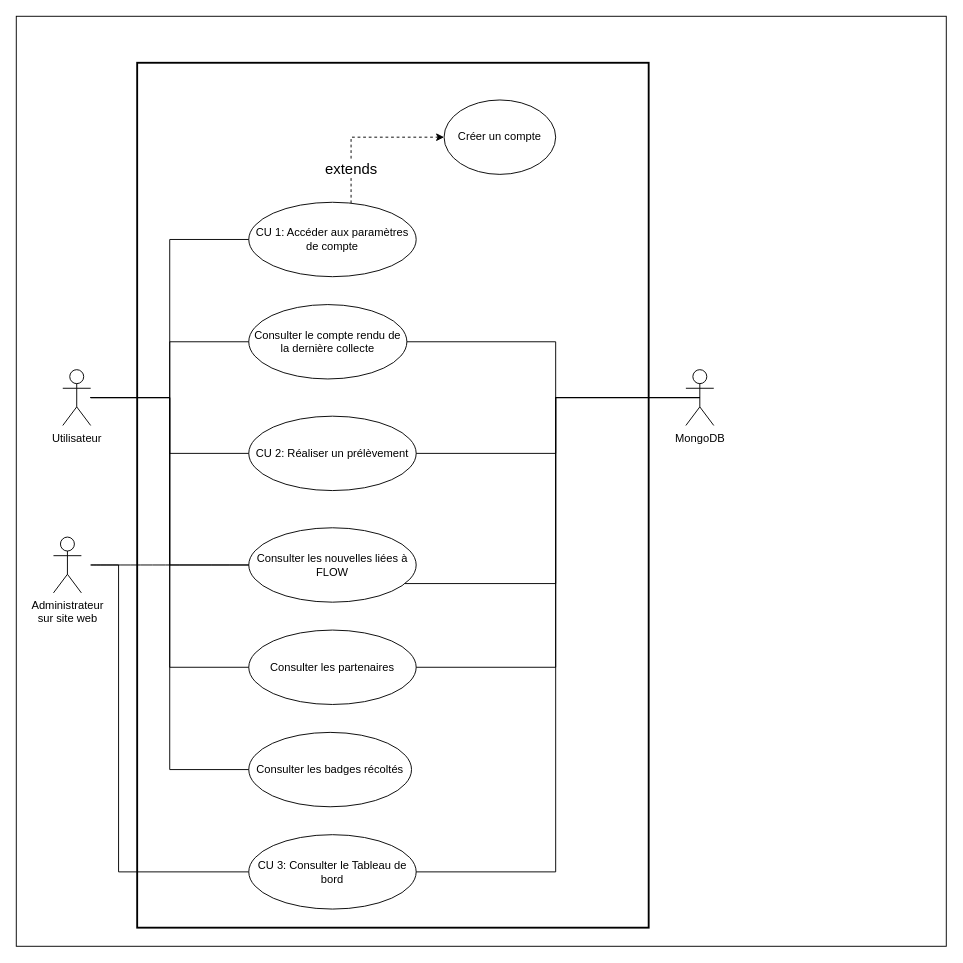
Earlier version of the draw.io diagram 3.1_Page_principal.drawio (MurielleMardenli200/projet4_architecture). Source tidied: cells renumbered, new cells numbered last; positions are measured from the earlier drawing's top-left corner, leaving out a move shared by most shapes. Both pictures are drawn from the tidied source at 93%, with x=0, y=0 at pixel (16, 16).
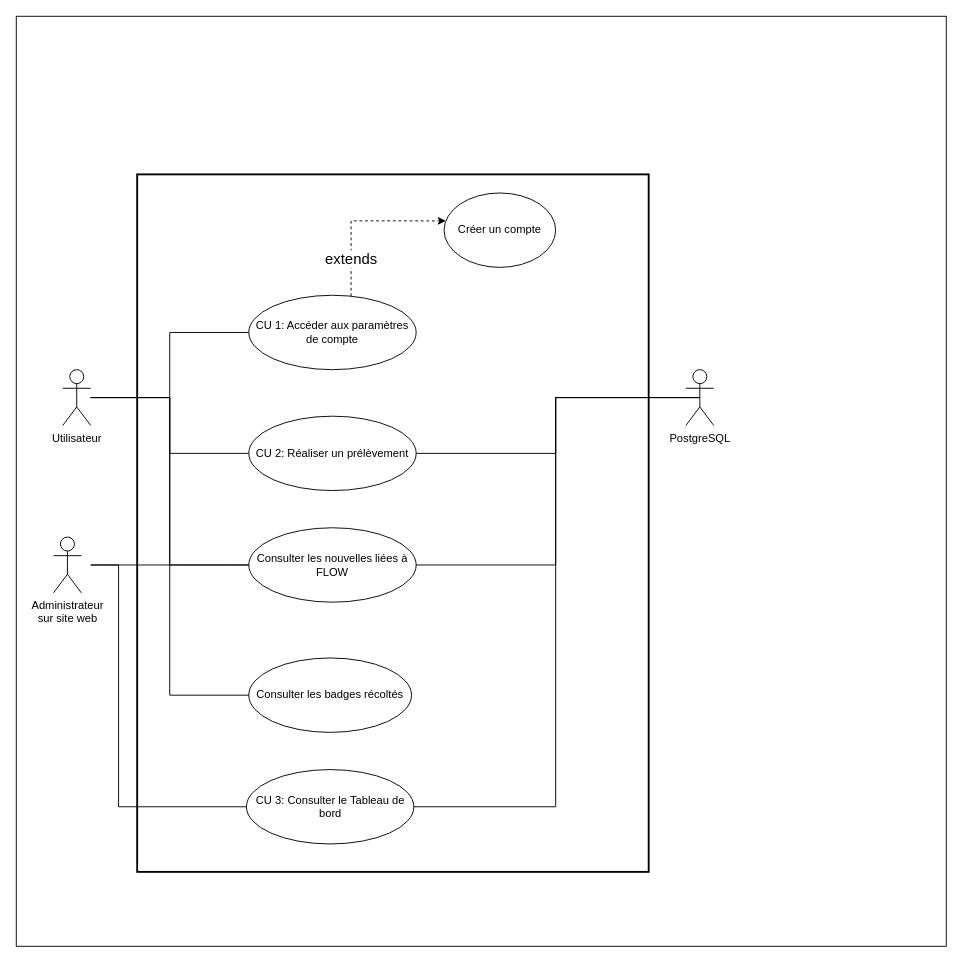
Above is the later version.

Commit message:
Removed old funcs

Unchanged cells that the change refers to:
```xml
<mxCell id="3" value="Utilisateur" style="shape=umlActor;verticalLabelPosition=bottom;verticalAlign=top;html=1;outlineConnect=0;" parent="1" vertex="1">
  <mxGeometry x="50" y="380" width="30" height="60" as="geometry" />
</mxCell>
<mxCell id="11" value="Consulter les nouvelles liées à FLOW" style="ellipse;whiteSpace=wrap;html=1;" parent="1" vertex="1">
  <mxGeometry x="250" y="550" width="180" height="80" as="geometry" />
</mxCell>
```

The edit, as a diff of the source:
```diff
@@
     <mxCell id="4" style="rounded=0;whiteSpace=wrap;html=1;strokeWidth=2;" parent="1" vertex="1">
-      <mxGeometry x="130" y="50" width="550" height="930" as="geometry" />
+      <mxGeometry x="130" y="170" width="550" height="750" as="geometry" />
     </mxCell>
-    <mxCell id="5" value="MongoDB" style="shape=umlActor;verticalLabelPosition=bottom;verticalAlign=top;html=1;outlineConnect=0;" parent="1" vertex="1">
+    <mxCell id="5" value="PostgreSQL" style="shape=umlActor;verticalLabelPosition=bottom;verticalAlign=top;html=1;outlineConnect=0;" parent="1" vertex="1">
       <mxGeometry x="720" y="380" width="30" height="60" as="geometry" />
     </mxCell>
     <mxCell id="6" style="edgeStyle=orthogonalEdgeStyle;rounded=0;jettySize=auto;html=1;dashed=1;" parent="1" edge="1" source="8" target="12">
       <mxGeometry relative="1" as="geometry">
         <Array as="points">
-          <mxPoint x="360" y="130" />
+          <mxPoint x="360" y="220" />
         </Array>
       </mxGeometry>
     </mxCell>
@@
     <mxCell id="8" value="CU 1: Accéder aux paramètres de compte" style="ellipse;whiteSpace=wrap;html=1;" parent="1" vertex="1">
-      <mxGeometry x="250" y="200" width="180" height="80" as="geometry" />
+      <mxGeometry x="250" y="300" width="180" height="80" as="geometry" />
     </mxCell>
-    <mxCell id="9" value="Consulter le compte rendu de la dernière collecte" style="ellipse;whiteSpace=wrap;html=1;" parent="1" vertex="1">
-      <mxGeometry x="250" y="310" width="170" height="80" as="geometry" />
-    </mxCell>
@@
     <mxCell id="12" value="Créer un compte" style="ellipse;whiteSpace=wrap;html=1;" parent="1" vertex="1">
-      <mxGeometry x="460" y="90" width="120" height="80" as="geometry" />
+      <mxGeometry x="460" y="190" width="120" height="80" as="geometry" />
     </mxCell>
@@
-    <mxCell id="14" style="edgeStyle=orthogonalEdgeStyle;rounded=0;jettySize=auto;html=1;endArrow=none;startFill=0;" parent="1" edge="1" source="3" target="9">
-      <mxGeometry relative="1" as="geometry" />
-    </mxCell>
@@
-    <mxCell id="17" style="edgeStyle=orthogonalEdgeStyle;rounded=0;jettySize=auto;html=1;entryX=0.5;entryY=0.5;entryDx=0;entryDy=0;entryPerimeter=0;endArrow=none;startFill=0;" parent="1" edge="1" source="9" target="5">
-      <mxGeometry relative="1" as="geometry">
-        <Array as="points">
-          <mxPoint x="580" y="350" />
-          <mxPoint x="580" y="410" />
-        </Array>
-      </mxGeometry>
-    </mxCell>
@@
-    <mxCell id="19" style="edgeStyle=orthogonalEdgeStyle;rounded=0;jettySize=auto;html=1;entryX=0.5;entryY=0.5;entryDx=0;entryDy=0;entryPerimeter=0;endArrow=none;startFill=0;" parent="1" edge="1" source="11" target="5">
+    <mxCell id="19" style="edgeStyle=orthogonalEdgeStyle;rounded=0;jettySize=auto;html=1;entryX=0.5;entryY=0.5;entryDx=0;entryDy=0;entryPerimeter=0;endArrow=none;startFill=0;exitX=1;exitY=0.5;exitDx=0;exitDy=0;" parent="1" edge="1" source="11" target="5">
       <mxGeometry relative="1" as="geometry">
         <Array as="points">
-          <mxPoint x="580" y="610" />
+          <mxPoint x="580" y="590" />
           <mxPoint x="580" y="410" />
         </Array>
       </mxGeometry>
     </mxCell>
-    <mxCell id="20" value="Consulter les partenaires" style="ellipse;whiteSpace=wrap;html=1;" parent="1" vertex="1">
-      <mxGeometry x="250" y="660" width="180" height="80" as="geometry" />
-    </mxCell>
-    <mxCell id="21" style="edgeStyle=orthogonalEdgeStyle;rounded=0;jettySize=auto;html=1;entryX=0;entryY=0.5;entryDx=0;entryDy=0;endArrow=none;startFill=0;" parent="1" edge="1" source="3" target="20">
-      <mxGeometry relative="1" as="geometry" />
-    </mxCell>
-    <mxCell id="22" style="edgeStyle=orthogonalEdgeStyle;rounded=0;jettySize=auto;html=1;entryX=0.5;entryY=0.5;entryDx=0;entryDy=0;entryPerimeter=0;endArrow=none;startFill=0;exitX=1;exitY=0.5;exitDx=0;exitDy=0;" parent="1" edge="1" source="20" target="5">
-      <mxGeometry relative="1" as="geometry">
-        <Array as="points">
-          <mxPoint x="580" y="700" />
-          <mxPoint x="580" y="410" />
-        </Array>
-      </mxGeometry>
-    </mxCell>
@@
     <mxCell id="25" value="CU 3: Consulter le Tableau de bord" style="ellipse;whiteSpace=wrap;html=1;" parent="1" vertex="1">
-      <mxGeometry x="250" y="880" width="180" height="80" as="geometry" />
+      <mxGeometry x="247.5" y="810" width="180" height="80" as="geometry" />
     </mxCell>
     <mxCell id="26" style="edgeStyle=orthogonalEdgeStyle;rounded=0;jettySize=auto;html=1;entryX=0.5;entryY=0.5;entryDx=0;entryDy=0;entryPerimeter=0;endArrow=none;startFill=0;exitX=1;exitY=0.5;exitDx=0;exitDy=0;" parent="1" edge="1" source="25">
       <mxGeometry relative="1" as="geometry">
         <mxPoint x="735" y="410" as="targetPoint" />
         <Array as="points">
-          <mxPoint x="580" y="920" />
+          <mxPoint x="580" y="850" />
           <mxPoint x="580" y="410" />
         </Array>
       </mxGeometry>
     </mxCell>
     <mxCell id="27" value="Consulter les badges récoltés" style="ellipse;whiteSpace=wrap;html=1;" parent="1" vertex="1">
-      <mxGeometry x="250" y="770" width="175" height="80" as="geometry" />
+      <mxGeometry x="250" y="690" width="175" height="80" as="geometry" />
     </mxCell>
```
